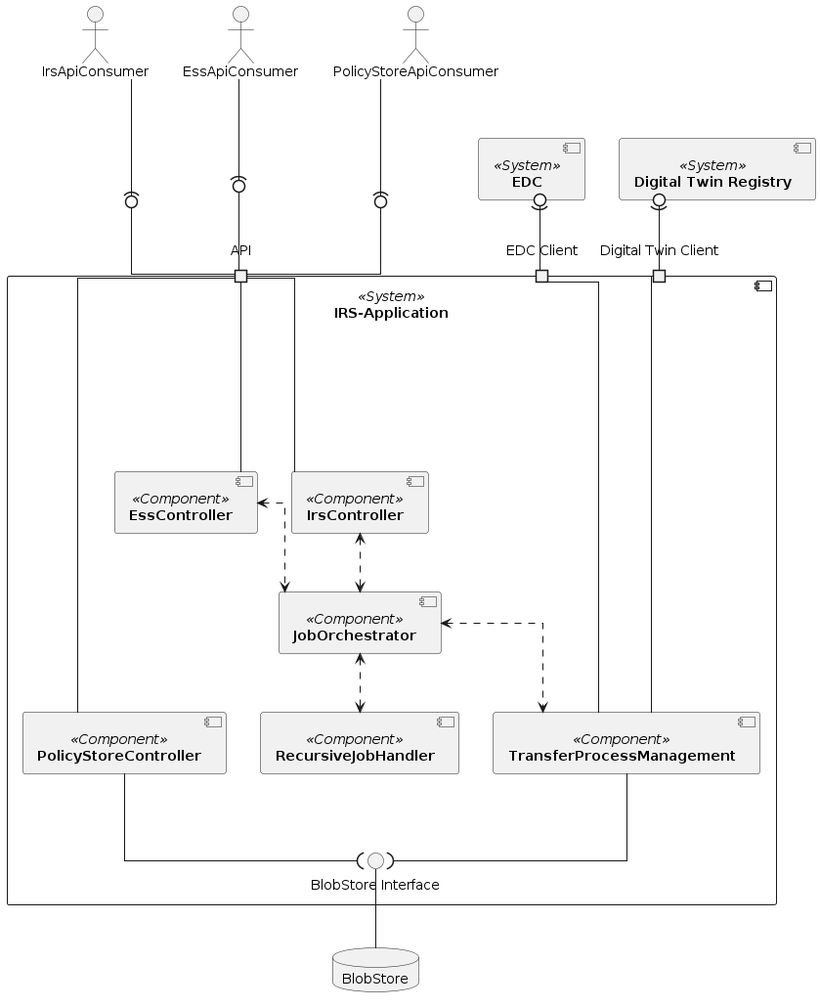
Earlier version of the PlantUML export docs/assets/arc42/arc42_003.png (eclipse-tractusx/item-relationship-service). Its diagram source:
```plantuml
@startuml
skinparam monochrome true
skinparam shadowing false
skinparam linetype ortho
skinparam defaultFontName "Architects daughter"


actor IrsApiConsumer
actor EssApiConsumer
actor PolicyStoreApiConsumer

component [**Digital Twin Registry**] <<System>> as DTR
component [**EDC**] <<System>> as EDC

component [**IRS-Application**] <<System>> as IRS {
    component [**RecursiveJobHandler**] <<Component>> as RecursiveJobHandler
    component [**IrsController**] <<Component>> as IrsController
    component [**PolicyStoreController**] <<Component>> as PolicyStoreController
    component [**EssController**] <<Component>> as EssController
    component [**JobOrchestrator**] <<Component>> as JobOrchestrator
    component [**TransferProcessManagement**] <<Component>> as TransferProcessManagement

    port "API" as API_PORT
    port "Digital Twin Client" as AAS_PORT
    port "EDC Client" as EDC_PORT
    () "BlobStore Interface" as StoreInterface

    IrsController <..> JobOrchestrator
    JobOrchestrator <..> TransferProcessManagement
    JobOrchestrator <..> RecursiveJobHandler
    TransferProcessManagement --( StoreInterface
    PolicyStoreController --( StoreInterface
    EssController <..> JobOrchestrator
}





IrsController -up- API_PORT
PolicyStoreController -down- API_PORT
EssController -down- API_PORT
IrsApiConsumer --down(0- API_PORT
EssApiConsumer --down(0- API_PORT
PolicyStoreApiConsumer --(0- API_PORT

TransferProcessManagement --right-- AAS_PORT
TransferProcessManagement --right-- EDC_PORT

AAS_PORT -up-(0 DTR
EDC_PORT -up-(0 EDC

database "BlobStore" as BlobStore
StoreInterface -down- BlobStore
@enduml
```
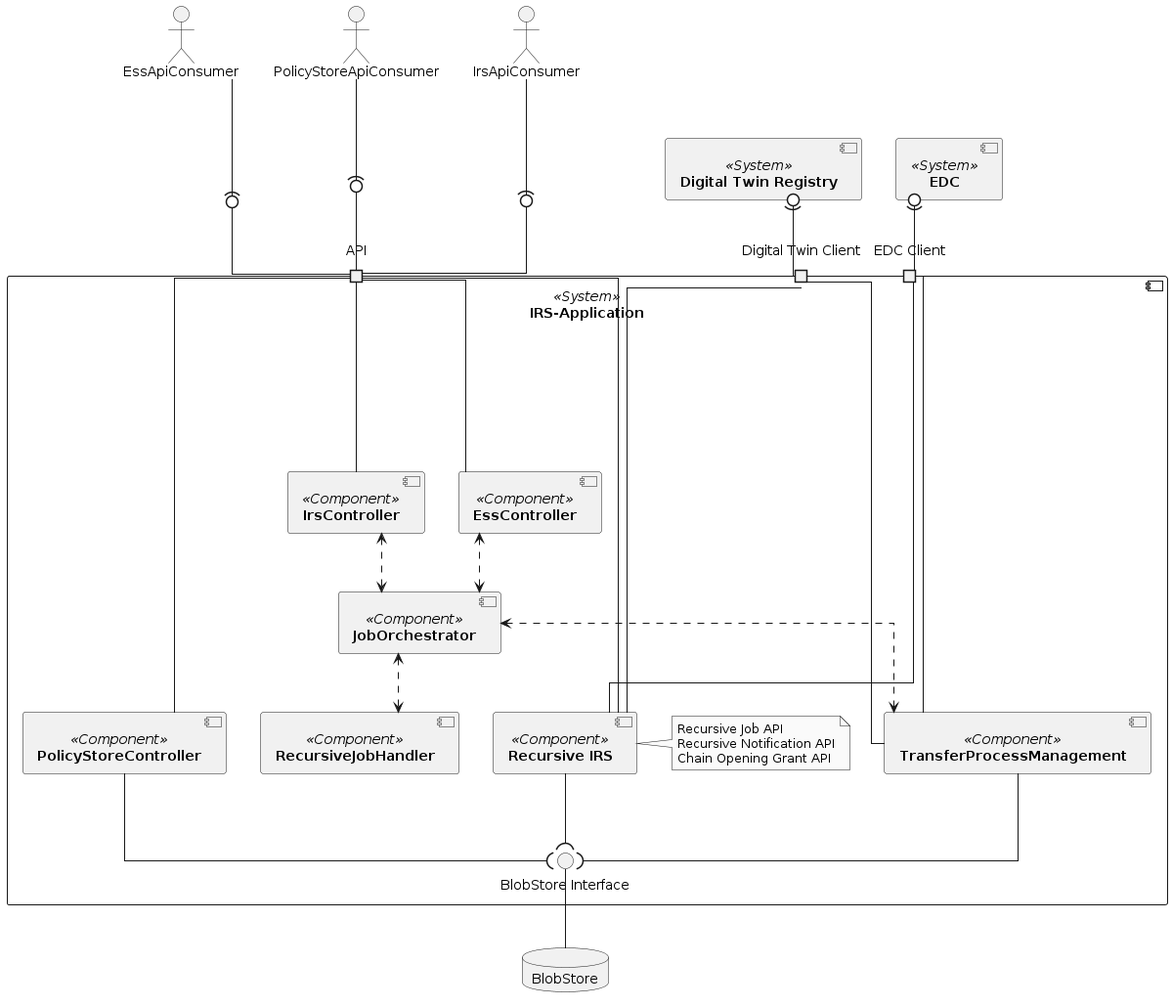
The same diagram one commit later.

The edit, as a diff of the source:
```diff
@@ -14,6 +14,7 @@
 
 component [**IRS-Application**] <<System>> as IRS {
     component [**RecursiveJobHandler**] <<Component>> as RecursiveJobHandler
+    component [**Recursive IRS**] <<Component>> as RecursiveIrs
     component [**IrsController**] <<Component>> as IrsController
     component [**PolicyStoreController**] <<Component>> as PolicyStoreController
     component [**EssController**] <<Component>> as EssController
@@ -29,8 +30,15 @@
     JobOrchestrator <..> TransferProcessManagement
     JobOrchestrator <..> RecursiveJobHandler
     TransferProcessManagement --( StoreInterface
+    RecursiveIrs --( StoreInterface
     PolicyStoreController --( StoreInterface
     EssController <..> JobOrchestrator
+
+    note right of RecursiveIrs
+      Recursive Job API
+      Recursive Notification API
+      Chain Opening Grant API
+    end note
 }
 
 
@@ -38,6 +46,7 @@
 
 
 IrsController -up- API_PORT
+RecursiveIrs -up- API_PORT
 PolicyStoreController -down- API_PORT
 EssController -down- API_PORT
 IrsApiConsumer --down(0- API_PORT
@@ -46,6 +55,8 @@
 
 TransferProcessManagement --right-- AAS_PORT
 TransferProcessManagement --right-- EDC_PORT
+RecursiveIrs --right-- AAS_PORT
+RecursiveIrs --right-- EDC_PORT
 
 AAS_PORT -up-(0 DTR
 EDC_PORT -up-(0 EDC
```
